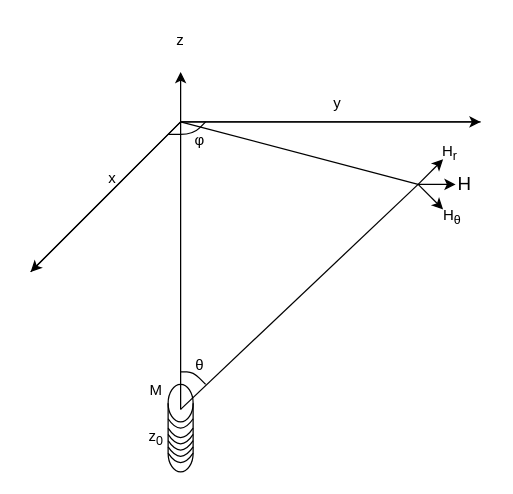
Earlier version of the draw.io diagram report/figures/DipolaAntenna_diagram.drawio (VetleWoie/SDRAvalancheBeacon). Source tidied: cells renumbered, new cells numbered last; positions are measured from the earlier drawing's top-left corner, leaving out a move shared by most shapes. Both pictures are drawn from the tidied source at 125%, with x=0, y=0 at pixel (30, 21).
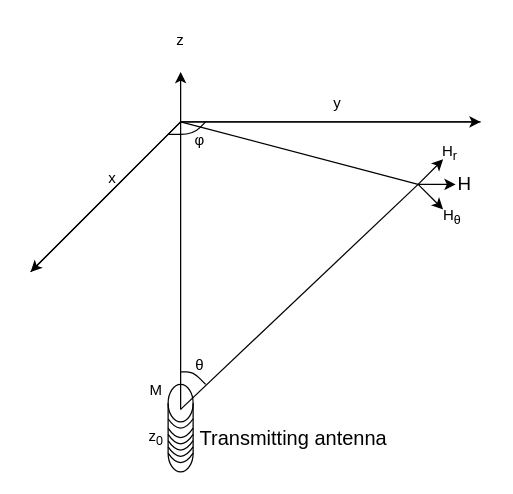
The same page after the edit.

What changed in the source:
```diff
@@
+    <mxCell id="32" value="Transmitting antenna" style="text;html=1;align=center;verticalAlign=middle;strokeColor=none;fillColor=none;horizontal=1;fontSize=16;" parent="1" vertex="1">
+      <mxGeometry x="125" y="318" width="170" height="30" as="geometry" />
+    </mxCell>
```
